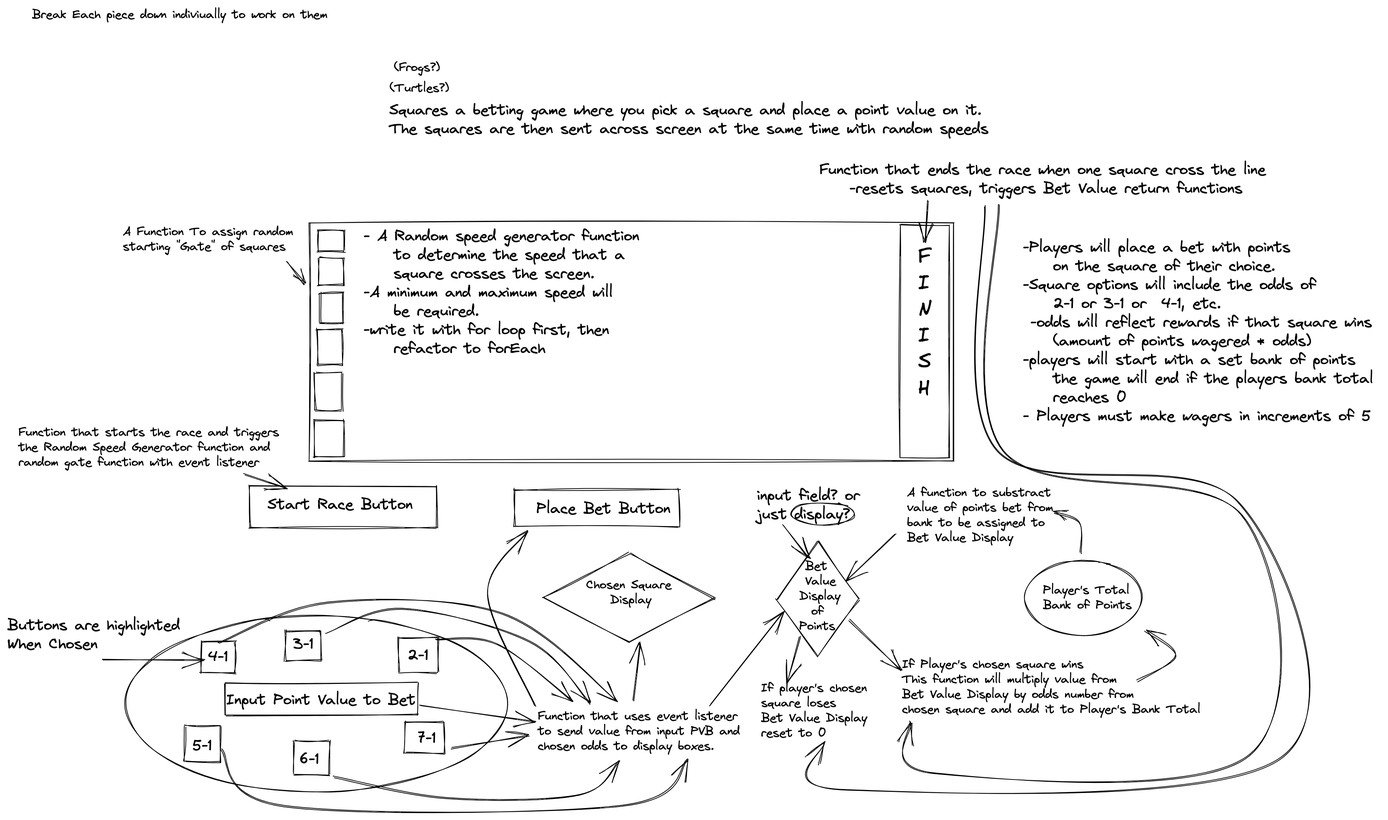
Before: images /SquaresRacing.png, a diagram exported from Excalidraw (rybaier/Place-Your-Bets). Source tidied: one line per element, renumbered; positions are measured from the earlier drawing's top-left corner, leaving out a move shared by most shapes.
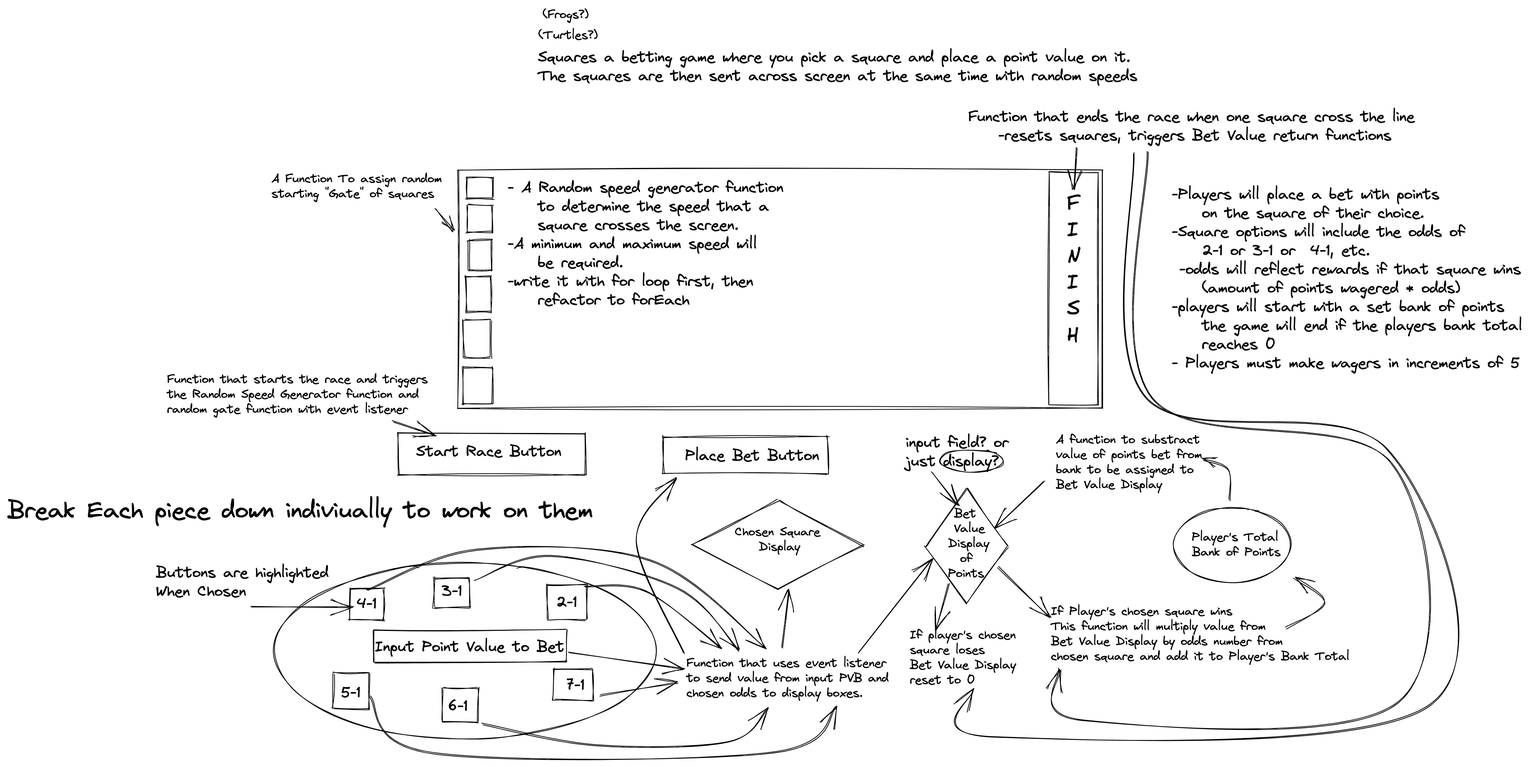
After the commit.

Diff of the diagram source:
```diff
@@ -4,7 +4,7 @@
 {"id": 3, "type": "rectangle", "strokeColor": "#000000", "strokeWidth": 1, "roughness": 1, "x": 410, "y": 487, "width": 36, "height": 50}
 {"id": 4, "type": "rectangle", "strokeColor": "#000000", "strokeWidth": 1, "roughness": 1, "x": 409, "y": 551, "width": 39, "height": 49}
 {"id": 5, "type": "text", "text": "Squares a betting game where you pick a square and place a point value on it.\nThe squares are then sent across screen at the same time with random speeds ", "strokeColor": "#000000", "strokeWidth": 1, "roughness": 1, "fontSize": 20, "fontFamily": 1, "x": 509, "y": 125, "width": 810, "height": 50}
-{"id": 6, "type": "text", "text": "- A Random speed generator function \n    to determine the speed that a \n    square crosses the screen. \n-A minimum and maximum speed will\n    be required. \n-write it with for loop first, then \n    refactor to forEach ", "strokeColor": "#000000", "strokeWidth": 1, "roughness": 1, "fontSize": 20, "fontFamily": 1, "x": 475, "y": 293, "width": 377, "height": 175}
+{"id": 6, "type": "text", "text": "- A Random speed generator function \n    to determine the speed that a \n    square crosses the screen. \n-A minimum and maximum speed will\n    be required. \n-write it with for loop first, then \n    refactor to forEach ", "strokeColor": "#000000", "strokeWidth": 1, "roughness": 1, "fontSize": 20, "fontFamily": 1, "x": 469, "y": 299, "width": 377, "height": 175}
 {"id": 7, "type": "diamond", "strokeColor": "#000000", "strokeWidth": 1, "roughness": 1, "x": 714, "y": 728, "width": 229, "height": 118}
 {"id": 8, "type": "text", "text": "Chosen Square \n    Display", "strokeColor": "#000000", "strokeWidth": 1, "roughness": 1, "fontSize": 16, "fontFamily": 1, "x": 771, "y": 760, "width": 122, "height": 40}
 {"id": 9, "type": "diamond", "strokeColor": "#000000", "strokeWidth": 1, "roughness": 1, "x": 1025, "y": 712, "width": 110, "height": 153}
@@ -69,4 +69,4 @@
 {"id": 68, "type": "arrow", "strokeColor": "#000000", "strokeWidth": 1, "roughness": 1, "endArrowhead": "arrow", "from": 66, "to": 49, "x": 126, "y": 870, "width": 134, "height": 0, "points": [[0, 0], [134, 0]]}
 {"id": 69, "type": "text", "text": "(Frogs?)", "strokeColor": "#000000", "strokeWidth": 1, "roughness": 1, "fontSize": 16, "fontFamily": 1, "x": 515, "y": 70, "width": 62, "height": 20}
 {"id": 70, "type": "ellipse", "strokeColor": "#000000", "strokeWidth": 1, "roughness": 1, "x": 1045, "y": 660, "width": 85, "height": 30}
-{"id": 71, "type": "text", "text": "Break Each piece down indiviually to work on them", "strokeColor": "#000000", "strokeWidth": 1, "roughness": 1, "fontSize": 16, "fontFamily": 1, "x": 33, "y": 0, "width": 395, "height": 20}
+{"id": 71, "type": "text", "text": "Break Each piece down indiviually to work on them", "strokeColor": "#000000", "strokeWidth": 1, "roughness": 1, "fontSize": 31.71, "fontFamily": 1, "x": -198, "y": 723, "width": 783, "height": 40}
```
